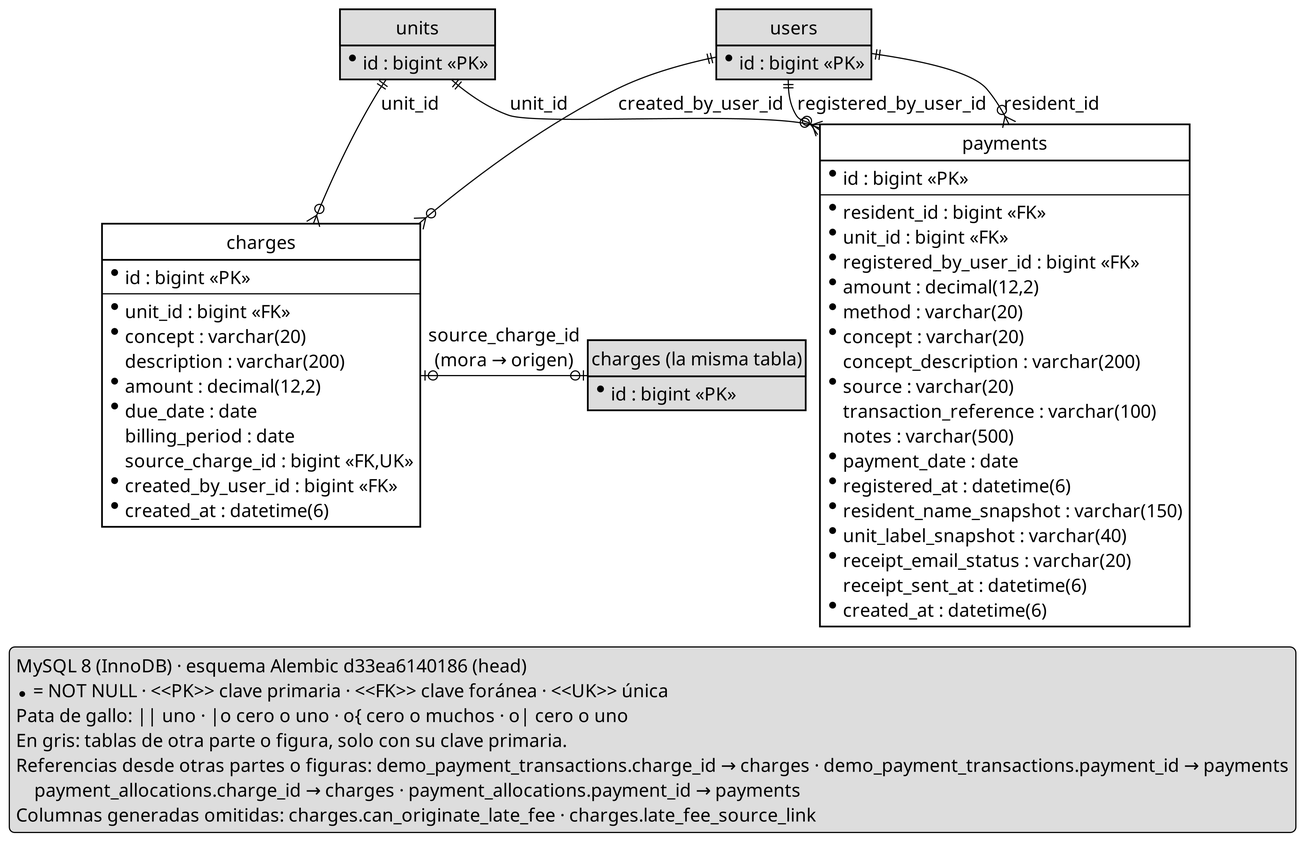
The PlantUML diagram docs/entrega-objetivos/modelo-datos/modelo-datos-finanzas-comunicacion-parte1.png in yilberDev/SoftPh-Academico, before a commit. Its source is kept beside it as docs/entrega-objetivos/modelo-datos/modelo-datos-finanzas-comunicacion-parte1.puml.
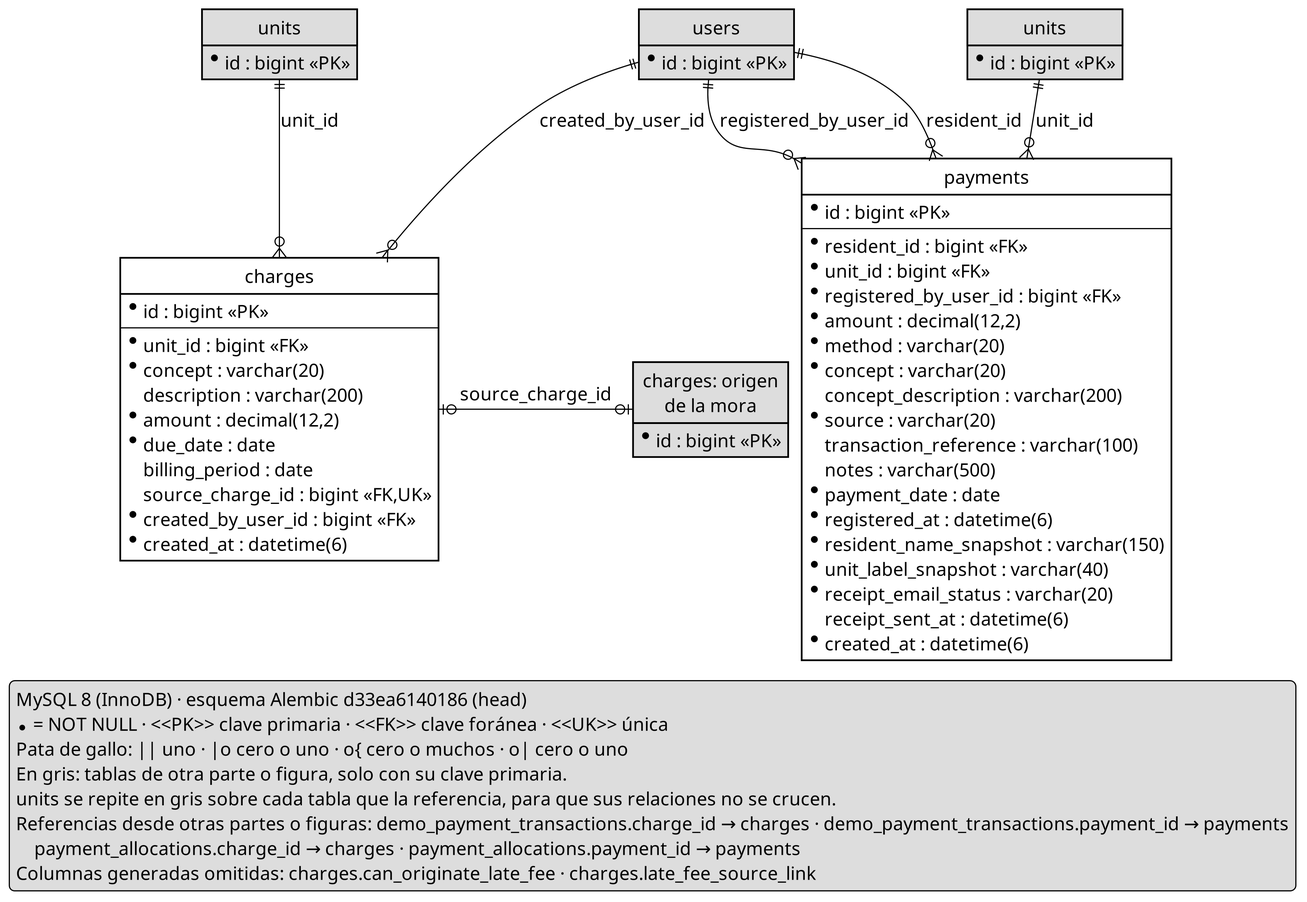
Above is the later version.

Commit message:
docs(diagrams): separate payments relations, unify late-fee box, add confirmation

What changed in the source:
```diff
@@ -14,7 +14,7 @@
 hide methods
 top to bottom direction
 skinparam nodesep 12
-skinparam ranksep 15
+skinparam ranksep 45
 entity "charges" as charges {
   *id : bigint <<PK>>
   --
@@ -49,26 +49,30 @@
   receipt_sent_at : datetime(6)
   *created_at : datetime(6)
 }
-entity "units" as units #DDDDDD {
+entity "units" as units_charges #DDDDDD {
+  *id : bigint <<PK>>
+}
+entity "units" as units_payments #DDDDDD {
   *id : bigint <<PK>>
 }
 entity "users" as users #DDDDDD {
   *id : bigint <<PK>>
 }
 users ||--o{ charges : "created_by_user_id"
-entity "charges (la misma tabla)" as charges_origen #DDDDDD {
+entity "charges: origen\nde la mora" as charges_origen #DDDDDD {
   *id : bigint <<PK>>
 }
-charges |o-o| charges_origen : "source_charge_id\n(mora → origen)"
-units ||--o{ charges : "unit_id"
+charges |o-o| charges_origen : "   source_charge_id   "
+units_charges ||--o{ charges : "unit_id"
 users ||--o{ payments : "registered_by_user_id"
 users ||--o{ payments : "resident_id"
-units ||--o{ payments : "unit_id"
+units_payments ||--o{ payments : "unit_id"
 legend bottom left
   MySQL 8 (InnoDB) · esquema Alembic d33ea6140186 (head)
   * = NOT NULL · <<PK>> clave primaria · <<FK>> clave foránea · <<UK>> única
   Pata de gallo: || uno · |o cero o uno · o{ cero o muchos · o| cero o uno
   En gris: tablas de otra parte o figura, solo con su clave primaria.
+  units se repite en gris sobre cada tabla que la referencia, para que sus relaciones no se crucen.
   Referencias desde otras partes o figuras: demo_payment_transactions.charge_id → charges · demo_payment_transactions.payment_id → payments
       payment_allocations.charge_id → charges · payment_allocations.payment_id → payments
   Columnas generadas omitidas: charges.can_originate_late_fee · charges.late_fee_source_link
```
